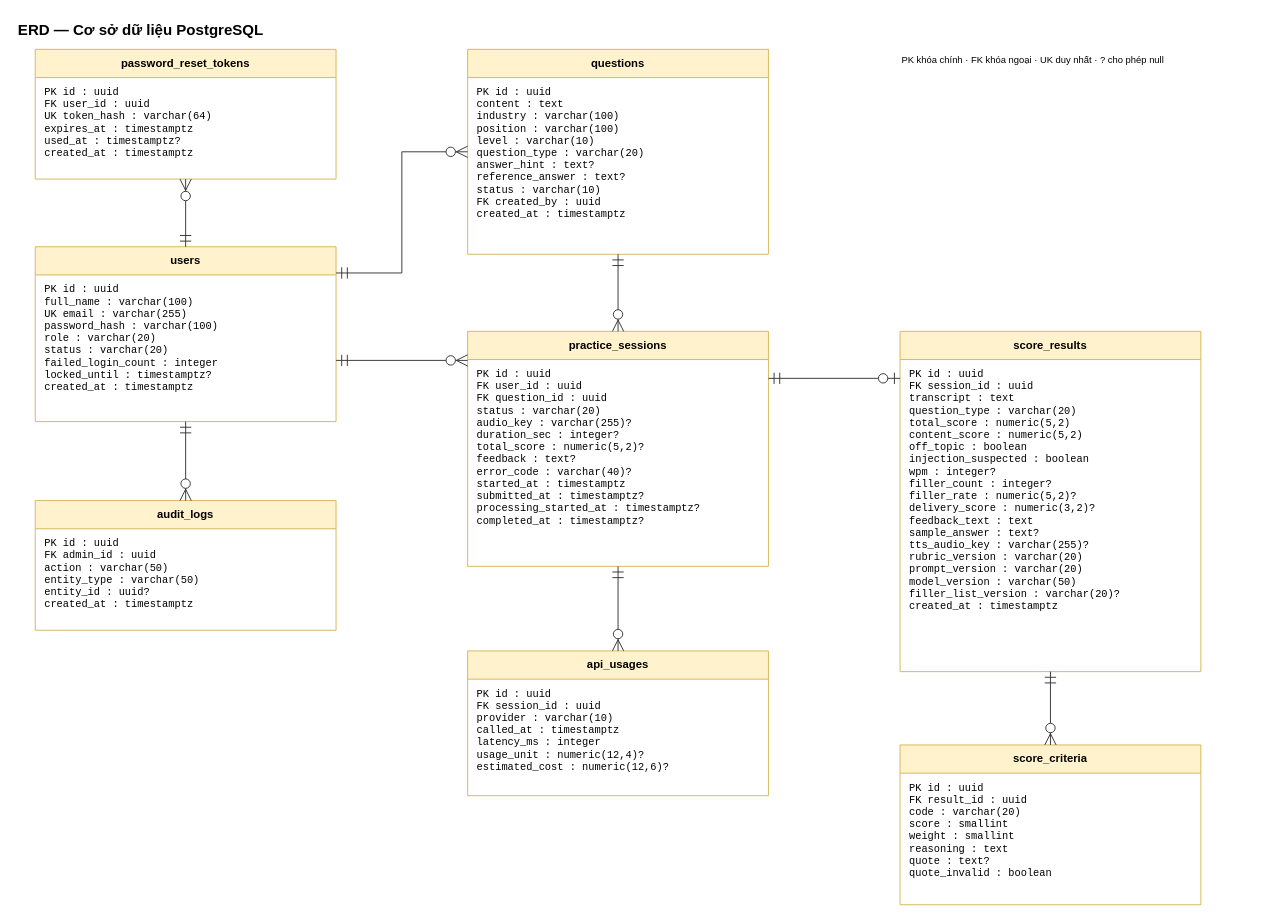
This is docs/diagrams/ERDDiagram.drawio.xml from ToraidolGiang/interview-practice-ai, a draw.io file, before an edit. Source tidied: cells renumbered, new cells numbered last; positions are measured from the earlier drawing's top-left corner, leaving out a move shared by most shapes. Both pictures are drawn from the tidied source at 94%, with x=0, y=0 at pixel (16, 16).
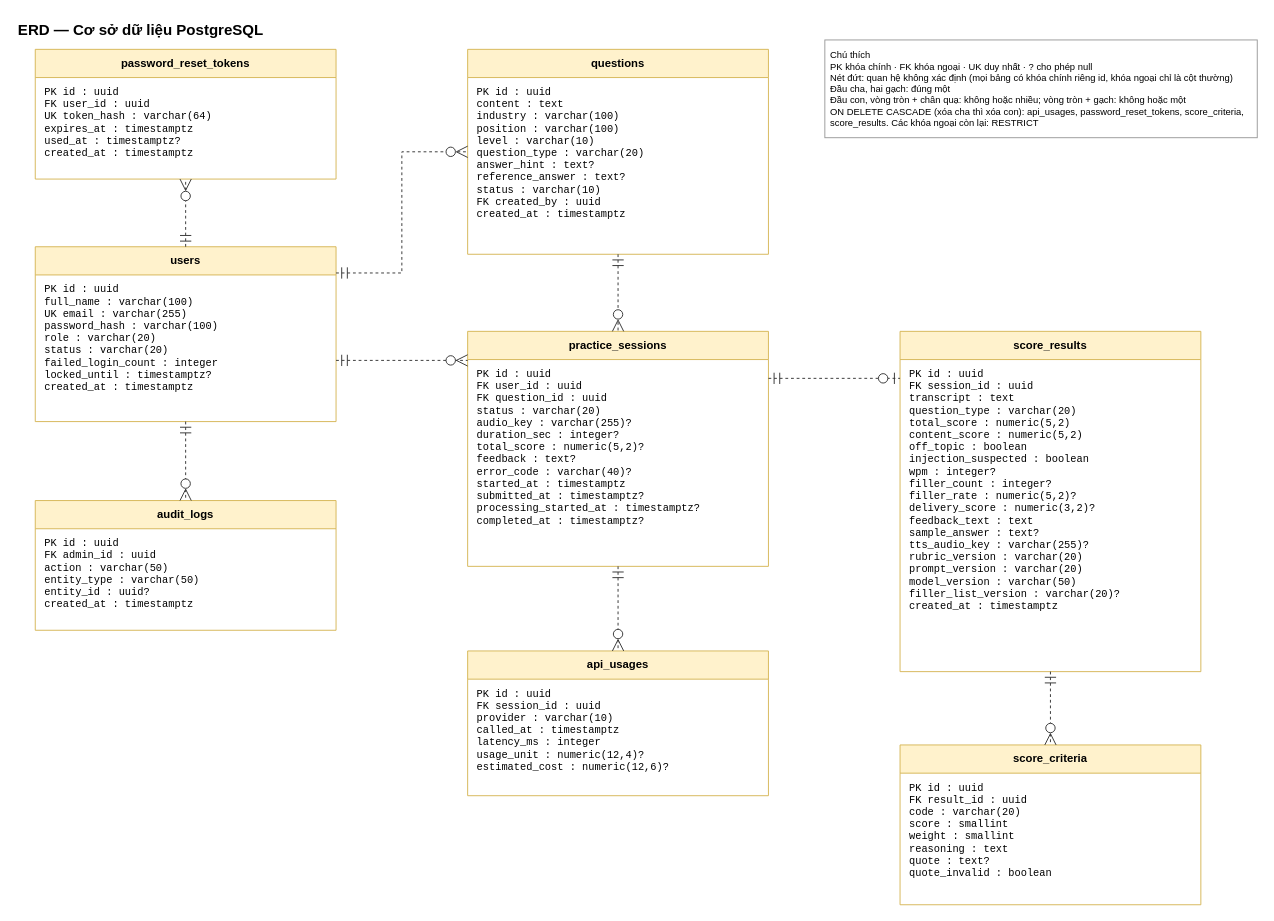
After the change.

Commit message (it also covers changes not shown here):
ERD: ve quan he khong xac dinh bang net dut, them chu thich ky hieu va CASCADE/RESTRICT; dien thong tin bia bao cao

The change refers to these unchanged cells:
```xml
<mxCell id="4" value="users" style="swimlane;html=1;horizontal=1;startSize=30;fillColor=#fff2cc;strokeColor=#d6b656;fontSize=12;fontStyle=1;whiteSpace=wrap;" parent="1" vertex="1">
  <mxGeometry x="20" y="245" width="320" height="186" as="geometry" />
</mxCell>
<mxCell id="6" value="questions" style="swimlane;html=1;horizontal=1;startSize=30;fillColor=#fff2cc;strokeColor=#d6b656;fontSize=12;fontStyle=1;whiteSpace=wrap;" parent="1" vertex="1">
  <mxGeometry x="480" y="35" width="320" height="218" as="geometry" />
</mxCell>
<mxCell id="8" value="practice_sessions" style="swimlane;html=1;horizontal=1;startSize=30;fillColor=#fff2cc;strokeColor=#d6b656;fontSize=12;fontStyle=1;whiteSpace=wrap;" parent="1" vertex="1">
  <mxGeometry x="480" y="335" width="320" height="250" as="geometry" />
</mxCell>
<mxCell id="10" value="score_results" style="swimlane;html=1;horizontal=1;startSize=30;fillColor=#fff2cc;strokeColor=#d6b656;fontSize=12;fontStyle=1;whiteSpace=wrap;" parent="1" vertex="1">
  <mxGeometry x="940" y="335" width="320" height="362" as="geometry" />
</mxCell>
<mxCell id="12" value="score_criteria" style="swimlane;html=1;horizontal=1;startSize=30;fillColor=#fff2cc;strokeColor=#d6b656;fontSize=12;fontStyle=1;whiteSpace=wrap;" parent="1" vertex="1">
  <mxGeometry x="940" y="775" width="320" height="170" as="geometry" />
</mxCell>
<mxCell id="14" value="api_usages" style="swimlane;html=1;horizontal=1;startSize=30;fillColor=#fff2cc;strokeColor=#d6b656;fontSize=12;fontStyle=1;whiteSpace=wrap;" parent="1" vertex="1">
  <mxGeometry x="480" y="675" width="320" height="154" as="geometry" />
</mxCell>
<mxCell id="16" value="audit_logs" style="swimlane;html=1;horizontal=1;startSize=30;fillColor=#fff2cc;strokeColor=#d6b656;fontSize=12;fontStyle=1;whiteSpace=wrap;" parent="1" vertex="1">
  <mxGeometry x="20" y="515" width="320" height="138" as="geometry" />
</mxCell>
<mxCell id="18" value="password_reset_tokens" style="swimlane;html=1;horizontal=1;startSize=30;fillColor=#fff2cc;strokeColor=#d6b656;fontSize=12;fontStyle=1;whiteSpace=wrap;" parent="1" vertex="1">
  <mxGeometry x="20" y="35" width="320" height="138" as="geometry" />
</mxCell>
```

What changed in the source:
```diff
@@
-    <mxCell id="3" value="PK khóa chính · FK khóa ngoại · UK duy nhất · ? cho phép null" style="text;html=1;whiteSpace=wrap;align=left;verticalAlign=middle;fontSize=10;" parent="1" vertex="1">
-      <mxGeometry x="940" y="35" width="340" height="22" as="geometry" />
+    <mxCell id="3" value="Chú thích&#10;PK khóa chính · FK khóa ngoại · UK duy nhất · ? cho phép null&#10;Nét đứt: quan hệ không xác định (mọi bảng có khóa chính riêng id, khóa ngoại chỉ là cột thường)&#10;Đầu cha, hai gạch: đúng một&#10;Đầu con, vòng tròn + chân quạ: không hoặc nhiều; vòng tròn + gạch: không hoặc một&#10;ON DELETE CASCADE (xóa cha thì xóa con): api_usages, password_reset_tokens, score_criteria, score_results. Các khóa ngoại còn lại: RESTRICT" style="text;html=0;whiteSpace=wrap;align=left;verticalAlign=top;fontSize=10;spacing=6;strokeColor=#999999;fillColor=#ffffff;" parent="1" vertex="1">
+      <mxGeometry x="860" y="25" width="460" height="104" as="geometry" />
     </mxCell>
@@
-    <mxCell id="20" style="edgeStyle=orthogonalEdgeStyle;rounded=0;html=1;startArrow=ERmandOne;startSize=10;endArrow=ERzeroToMany;endSize=10;strokeColor=#333333;exitX=0.5;exitY=0;exitDx=0;exitDy=0;entryX=0.5;entryY=1;entryDx=0;entryDy=0;" parent="1" edge="1" source="4" target="18">
+    <mxCell id="20" style="edgeStyle=orthogonalEdgeStyle;rounded=0;html=1;startArrow=ERmandOne;startSize=10;endArrow=ERzeroToMany;endSize=10;dashed=1;strokeColor=#333333;exitX=0.5;exitY=0;exitDx=0;exitDy=0;entryX=0.5;entryY=1;entryDx=0;entryDy=0;" parent="1" edge="1" source="4" target="18">
       <mxGeometry relative="1" as="geometry" />
     </mxCell>
-    <mxCell id="21" style="edgeStyle=orthogonalEdgeStyle;rounded=0;html=1;startArrow=ERmandOne;startSize=10;endArrow=ERzeroToMany;endSize=10;strokeColor=#333333;exitX=0.5;exitY=1;exitDx=0;exitDy=0;entryX=0.5;entryY=0;entryDx=0;entryDy=0;" parent="1" edge="1" source="4" target="16">
+    <mxCell id="21" style="edgeStyle=orthogonalEdgeStyle;rounded=0;html=1;startArrow=ERmandOne;startSize=10;endArrow=ERzeroToMany;endSize=10;dashed=1;strokeColor=#333333;exitX=0.5;exitY=1;exitDx=0;exitDy=0;entryX=0.5;entryY=0;entryDx=0;entryDy=0;" parent="1" edge="1" source="4" target="16">
       <mxGeometry relative="1" as="geometry" />
     </mxCell>
-    <mxCell id="22" style="edgeStyle=orthogonalEdgeStyle;rounded=0;html=1;startArrow=ERmandOne;startSize=10;endArrow=ERzeroToMany;endSize=10;strokeColor=#333333;exitX=1;exitY=0.15;exitDx=0;exitDy=0;entryX=0;entryY=0.5;entryDx=0;entryDy=0;" parent="1" edge="1" source="4" target="6">
+    <mxCell id="22" style="edgeStyle=orthogonalEdgeStyle;rounded=0;html=1;startArrow=ERmandOne;startSize=10;endArrow=ERzeroToMany;endSize=10;dashed=1;strokeColor=#333333;exitX=1;exitY=0.15;exitDx=0;exitDy=0;entryX=0;entryY=0.5;entryDx=0;entryDy=0;" parent="1" edge="1" source="4" target="6">
       <mxGeometry relative="1" as="geometry">
         <Array as="points">
           <mxPoint x="410" y="272.9" />
           <mxPoint x="410" y="144" />
         </Array>
       </mxGeometry>
     </mxCell>
-    <mxCell id="23" style="edgeStyle=orthogonalEdgeStyle;rounded=0;html=1;startArrow=ERmandOne;startSize=10;endArrow=ERzeroToMany;endSize=10;strokeColor=#333333;exitX=1;exitY=0.65;exitDx=0;exitDy=0;entryX=0;entryY=0.1236;entryDx=0;entryDy=0;" parent="1" edge="1" source="4" target="8">
+    <mxCell id="23" style="edgeStyle=orthogonalEdgeStyle;rounded=0;html=1;startArrow=ERmandOne;startSize=10;endArrow=ERzeroToMany;endSize=10;dashed=1;strokeColor=#333333;exitX=1;exitY=0.65;exitDx=0;exitDy=0;entryX=0;entryY=0.1236;entryDx=0;entryDy=0;" parent="1" edge="1" source="4" target="8">
       <mxGeometry relative="1" as="geometry" />
     </mxCell>
-    <mxCell id="24" style="edgeStyle=orthogonalEdgeStyle;rounded=0;html=1;startArrow=ERmandOne;startSize=10;endArrow=ERzeroToMany;endSize=10;strokeColor=#333333;exitX=0.5;exitY=1;exitDx=0;exitDy=0;entryX=0.5;entryY=0;entryDx=0;entryDy=0;" parent="1" edge="1" source="6" target="8">
+    <mxCell id="24" style="edgeStyle=orthogonalEdgeStyle;rounded=0;html=1;startArrow=ERmandOne;startSize=10;endArrow=ERzeroToMany;endSize=10;dashed=1;strokeColor=#333333;exitX=0.5;exitY=1;exitDx=0;exitDy=0;entryX=0.5;entryY=0;entryDx=0;entryDy=0;" parent="1" edge="1" source="6" target="8">
       <mxGeometry relative="1" as="geometry" />
     </mxCell>
-    <mxCell id="25" style="edgeStyle=orthogonalEdgeStyle;rounded=0;html=1;startArrow=ERmandOne;startSize=10;endArrow=ERzeroToOne;endSize=10;strokeColor=#333333;exitX=1;exitY=0.2;exitDx=0;exitDy=0;entryX=0;entryY=0.1381;entryDx=0;entryDy=0;" parent="1" edge="1" source="8" target="10">
+    <mxCell id="25" style="edgeStyle=orthogonalEdgeStyle;rounded=0;html=1;startArrow=ERmandOne;startSize=10;endArrow=ERzeroToOne;endSize=10;dashed=1;strokeColor=#333333;exitX=1;exitY=0.2;exitDx=0;exitDy=0;entryX=0;entryY=0.1381;entryDx=0;entryDy=0;" parent="1" edge="1" source="8" target="10">
       <mxGeometry relative="1" as="geometry" />
     </mxCell>
-    <mxCell id="26" style="edgeStyle=orthogonalEdgeStyle;rounded=0;html=1;startArrow=ERmandOne;startSize=10;endArrow=ERzeroToMany;endSize=10;strokeColor=#333333;exitX=0.5;exitY=1;exitDx=0;exitDy=0;entryX=0.5;entryY=0;entryDx=0;entryDy=0;" parent="1" edge="1" source="10" target="12">
+    <mxCell id="26" style="edgeStyle=orthogonalEdgeStyle;rounded=0;html=1;startArrow=ERmandOne;startSize=10;endArrow=ERzeroToMany;endSize=10;dashed=1;strokeColor=#333333;exitX=0.5;exitY=1;exitDx=0;exitDy=0;entryX=0.5;entryY=0;entryDx=0;entryDy=0;" parent="1" edge="1" source="10" target="12">
       <mxGeometry relative="1" as="geometry" />
     </mxCell>
-    <mxCell id="27" style="edgeStyle=orthogonalEdgeStyle;rounded=0;html=1;startArrow=ERmandOne;startSize=10;endArrow=ERzeroToMany;endSize=10;strokeColor=#333333;exitX=0.5;exitY=1;exitDx=0;exitDy=0;entryX=0.5;entryY=0;entryDx=0;entryDy=0;" parent="1" edge="1" source="8" target="14">
+    <mxCell id="27" style="edgeStyle=orthogonalEdgeStyle;rounded=0;html=1;startArrow=ERmandOne;startSize=10;endArrow=ERzeroToMany;endSize=10;dashed=1;strokeColor=#333333;exitX=0.5;exitY=1;exitDx=0;exitDy=0;entryX=0.5;entryY=0;entryDx=0;entryDy=0;" parent="1" edge="1" source="8" target="14">
       <mxGeometry relative="1" as="geometry" />
     </mxCell>
```
